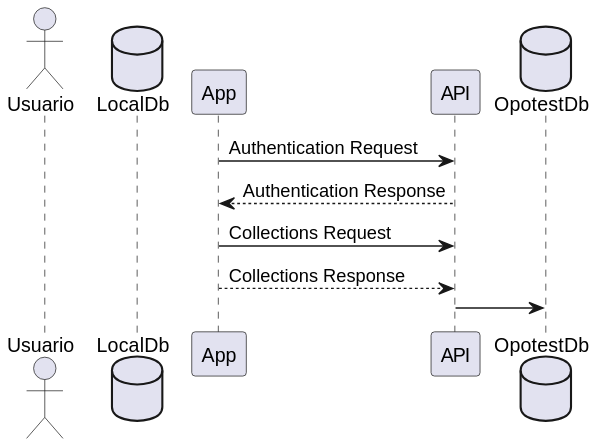
Joselon/ProyectoOpoTest keeps this PlantUML diagram as out/doc/planteamiento_secuencia/OpoTestPlanteamiento.svg. Above is the earlier version.
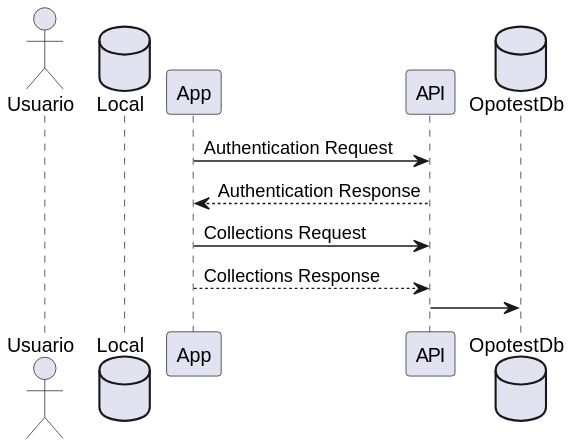
After the commit.

Diff of the diagram source:
```diff
@@ -1,7 +1,7 @@
 @startuml OpoTestPlanteamiento
 actor Usuario
 
-database LocalDb
+database Local
 App -> API: Authentication Request
 API --> App: Authentication Response
 
```
